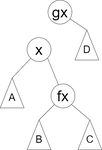
Above: splay_3.png in xglight/photo (draw.io), before the change. Source tidied: cells renumbered, new cells last; positions are measured from the earlier drawing's top-left corner, leaving out a move shared by most shapes. Its diagram source:
```xml
<mxGraphModel>
  <root>
    <mxCell id="0" />
    <mxCell id="1" parent="0" />
    <mxCell id="2" value="x" style="ellipse;whiteSpace=wrap;html=1;fontSize=50;" parent="1" vertex="1">
      <mxGeometry x="100" y="125" width="80" height="80" as="geometry" />
    </mxCell>
    <mxCell id="3" value="fx" style="ellipse;whiteSpace=wrap;html=1;fontSize=50;" parent="1" vertex="1">
      <mxGeometry x="180" y="280" width="80" height="80" as="geometry" />
    </mxCell>
    <mxCell id="4" value="gx" style="ellipse;whiteSpace=wrap;html=1;fontSize=50;" parent="1" vertex="1">
      <mxGeometry x="170" width="80" height="80" as="geometry" />
    </mxCell>
    <mxCell id="5" style="endArrow=none;html=1;rounded=0;entryX=1;entryY=1;entryDx=0;entryDy=0;" parent="1" edge="1" source="3" target="2">
      <mxGeometry relative="1" as="geometry" />
    </mxCell>
    <mxCell id="6" style="triangle;whiteSpace=wrap;html=1;rotation=-90;" parent="1" vertex="1">
      <mxGeometry y="270" width="100" height="80" as="geometry" />
    </mxCell>
    <mxCell id="7" value="&lt;font style=&quot;font-size: 34px;&quot;&gt;A&lt;/font&gt;" style="text;html=1;align=center;verticalAlign=middle;whiteSpace=wrap;rounded=0;" parent="1" vertex="1">
      <mxGeometry x="20" y="310" width="60" height="30" as="geometry" />
    </mxCell>
    <mxCell id="8" style="triangle;whiteSpace=wrap;html=1;rotation=-90;" parent="1" vertex="1">
      <mxGeometry x="90" y="410" width="100" height="80" as="geometry" />
    </mxCell>
    <mxCell id="9" value="&lt;font style=&quot;font-size: 34px;&quot;&gt;B&lt;/font&gt;" style="text;html=1;align=center;verticalAlign=middle;whiteSpace=wrap;rounded=0;" parent="1" vertex="1">
      <mxGeometry x="110" y="450" width="60" height="30" as="geometry" />
    </mxCell>
    <mxCell id="10" style="triangle;whiteSpace=wrap;html=1;rotation=-90;" parent="1" vertex="1">
      <mxGeometry x="260" y="410" width="100" height="80" as="geometry" />
    </mxCell>
    <mxCell id="11" value="&lt;span style=&quot;font-size: 34px;&quot;&gt;C&lt;/span&gt;" style="text;html=1;align=center;verticalAlign=middle;whiteSpace=wrap;rounded=0;" parent="1" vertex="1">
      <mxGeometry x="280" y="450" width="60" height="30" as="geometry" />
    </mxCell>
    <mxCell id="12" style="triangle;whiteSpace=wrap;html=1;rotation=-90;" parent="1" vertex="1">
      <mxGeometry x="250" y="110" width="100" height="80" as="geometry" />
    </mxCell>
    <mxCell id="13" value="&lt;font style=&quot;font-size: 34px;&quot;&gt;D&lt;/font&gt;" style="text;html=1;align=center;verticalAlign=middle;whiteSpace=wrap;rounded=0;" parent="1" vertex="1">
      <mxGeometry x="270" y="150" width="60" height="30" as="geometry" />
    </mxCell>
    <mxCell id="14" style="endArrow=none;html=1;rounded=0;exitX=1;exitY=0.5;exitDx=0;exitDy=0;" parent="1" edge="1" source="6" target="2">
      <mxGeometry relative="1" as="geometry" />
    </mxCell>
    <mxCell id="15" style="endArrow=none;html=1;rounded=0;entryX=0;entryY=1;entryDx=0;entryDy=0;exitX=1;exitY=0.5;exitDx=0;exitDy=0;" parent="1" edge="1" source="8" target="3">
      <mxGeometry relative="1" as="geometry" />
    </mxCell>
    <mxCell id="16" style="endArrow=none;html=1;rounded=0;entryX=1;entryY=1;entryDx=0;entryDy=0;exitX=1;exitY=0.5;exitDx=0;exitDy=0;" parent="1" edge="1" source="10" target="3">
      <mxGeometry relative="1" as="geometry" />
    </mxCell>
    <mxCell id="17" style="endArrow=none;html=1;rounded=0;exitX=1;exitY=0.5;exitDx=0;exitDy=0;" parent="1" edge="1" source="12" target="4">
      <mxGeometry relative="1" as="geometry" />
    </mxCell>
  </root>
</mxGraphModel>
```
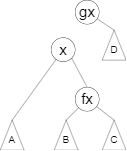
Later version of the same file.

Diff of the diagram source:
```diff
@@ -3,22 +3,22 @@
     <mxCell id="0" />
     <mxCell id="1" parent="0" />
     <mxCell id="2" value="x" style="ellipse;whiteSpace=wrap;html=1;fontSize=50;" parent="1" vertex="1">
-      <mxGeometry x="100" y="125" width="80" height="80" as="geometry" />
+      <mxGeometry x="90" y="125" width="80" height="80" as="geometry" />
     </mxCell>
     <mxCell id="3" value="fx" style="ellipse;whiteSpace=wrap;html=1;fontSize=50;" parent="1" vertex="1">
-      <mxGeometry x="180" y="280" width="80" height="80" as="geometry" />
+      <mxGeometry x="170" y="290" width="80" height="80" as="geometry" />
     </mxCell>
     <mxCell id="4" value="gx" style="ellipse;whiteSpace=wrap;html=1;fontSize=50;" parent="1" vertex="1">
       <mxGeometry x="170" width="80" height="80" as="geometry" />
     </mxCell>
-    <mxCell id="5" style="endArrow=none;html=1;rounded=0;entryX=1;entryY=1;entryDx=0;entryDy=0;" parent="1" edge="1" source="3" target="2">
+    <mxCell id="5" style="endArrow=none;html=1;rounded=0;exitX=0.5;exitY=0;exitDx=0;exitDy=0;entryX=1;entryY=1;entryDx=0;entryDy=0;" parent="1" edge="1" source="3" target="2">
       <mxGeometry relative="1" as="geometry" />
     </mxCell>
     <mxCell id="6" style="triangle;whiteSpace=wrap;html=1;rotation=-90;" parent="1" vertex="1">
-      <mxGeometry y="270" width="100" height="80" as="geometry" />
+      <mxGeometry x="-90" y="410" width="100" height="80" as="geometry" />
     </mxCell>
     <mxCell id="7" value="&lt;font style=&quot;font-size: 34px;&quot;&gt;A&lt;/font&gt;" style="text;html=1;align=center;verticalAlign=middle;whiteSpace=wrap;rounded=0;" parent="1" vertex="1">
-      <mxGeometry x="20" y="310" width="60" height="30" as="geometry" />
+      <mxGeometry x="-70" y="450" width="60" height="30" as="geometry" />
     </mxCell>
     <mxCell id="8" style="triangle;whiteSpace=wrap;html=1;rotation=-90;" parent="1" vertex="1">
       <mxGeometry x="90" y="410" width="100" height="80" as="geometry" />
@@ -27,10 +27,10 @@
       <mxGeometry x="110" y="450" width="60" height="30" as="geometry" />
     </mxCell>
     <mxCell id="10" style="triangle;whiteSpace=wrap;html=1;rotation=-90;" parent="1" vertex="1">
-      <mxGeometry x="260" y="410" width="100" height="80" as="geometry" />
+      <mxGeometry x="250" y="410" width="100" height="80" as="geometry" />
     </mxCell>
     <mxCell id="11" value="&lt;span style=&quot;font-size: 34px;&quot;&gt;C&lt;/span&gt;" style="text;html=1;align=center;verticalAlign=middle;whiteSpace=wrap;rounded=0;" parent="1" vertex="1">
-      <mxGeometry x="280" y="450" width="60" height="30" as="geometry" />
+      <mxGeometry x="270" y="450" width="60" height="30" as="geometry" />
     </mxCell>
     <mxCell id="12" style="triangle;whiteSpace=wrap;html=1;rotation=-90;" parent="1" vertex="1">
       <mxGeometry x="250" y="110" width="100" height="80" as="geometry" />
@@ -41,10 +41,10 @@
     <mxCell id="14" style="endArrow=none;html=1;rounded=0;exitX=1;exitY=0.5;exitDx=0;exitDy=0;" parent="1" edge="1" source="6" target="2">
       <mxGeometry relative="1" as="geometry" />
     </mxCell>
-    <mxCell id="15" style="endArrow=none;html=1;rounded=0;entryX=0;entryY=1;entryDx=0;entryDy=0;exitX=1;exitY=0.5;exitDx=0;exitDy=0;" parent="1" edge="1" source="8" target="3">
+    <mxCell id="15" style="endArrow=none;html=1;rounded=0;exitX=1;exitY=0.5;exitDx=0;exitDy=0;" parent="1" edge="1" source="8" target="3">
       <mxGeometry relative="1" as="geometry" />
     </mxCell>
-    <mxCell id="16" style="endArrow=none;html=1;rounded=0;entryX=1;entryY=1;entryDx=0;entryDy=0;exitX=1;exitY=0.5;exitDx=0;exitDy=0;" parent="1" edge="1" source="10" target="3">
+    <mxCell id="16" style="endArrow=none;html=1;rounded=0;exitX=1;exitY=0.5;exitDx=0;exitDy=0;" parent="1" edge="1" source="10" target="3">
       <mxGeometry relative="1" as="geometry" />
     </mxCell>
     <mxCell id="17" style="endArrow=none;html=1;rounded=0;exitX=1;exitY=0.5;exitDx=0;exitDy=0;" parent="1" edge="1" source="12" target="4">
```
